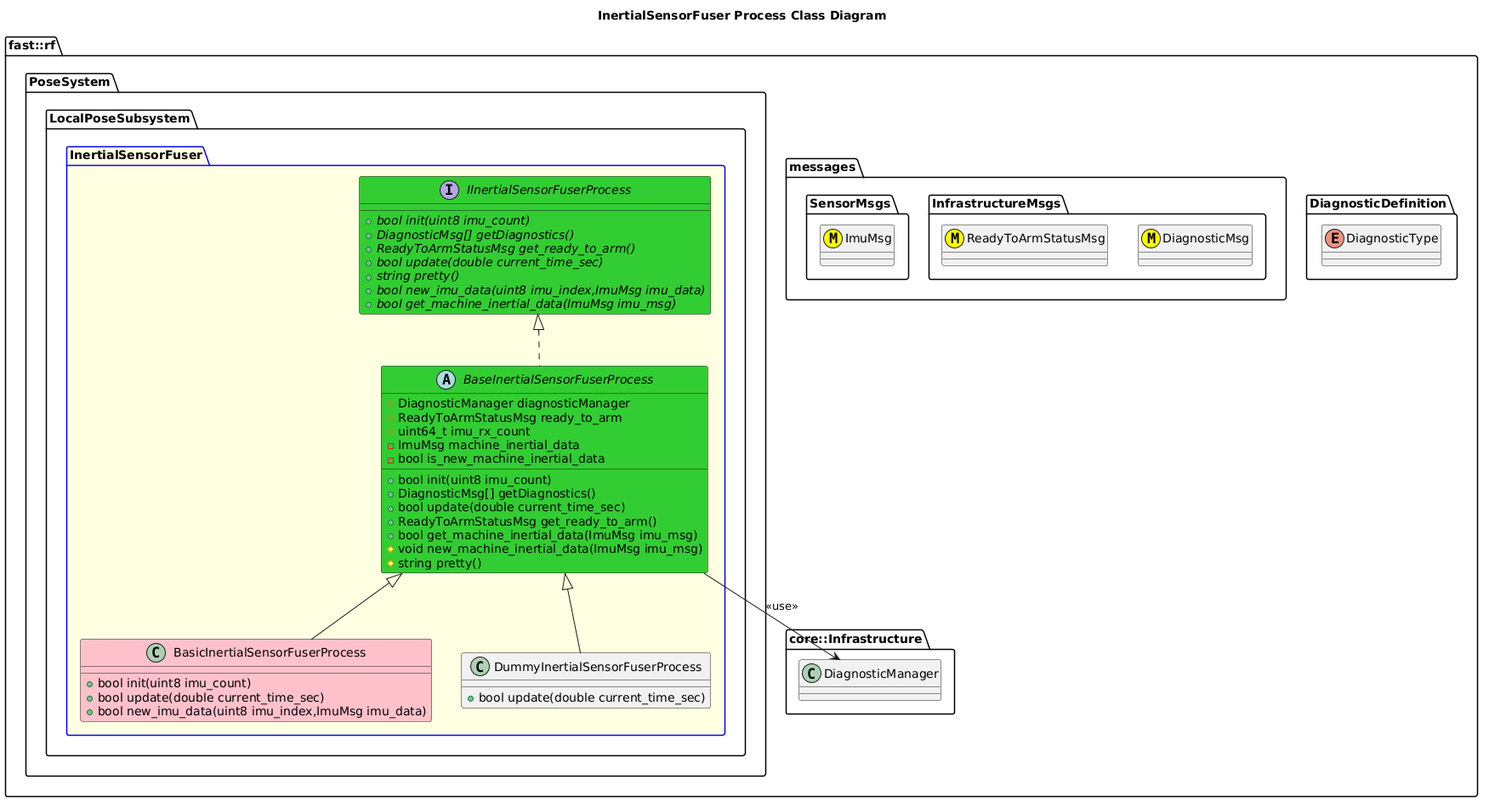
Before: Systems/Pose/Subsystems/LocalPose/Processes/InertialSensorFuser/doc/puml/InertialSensorFuserProcessClassDiagram.png, a diagram exported from PlantUML (fastrobotics/robot_framework). The source it was exported from:
```plantuml
@startuml
title InertialSensorFuser Process Class Diagram

namespace fast::rf {
  namespace DiagnosticDefinition {
    enum DiagnosticType
  }
  namespace messages {
    namespace InfrastructureMsgs {
      class DiagnosticMsg <<(M,#FFFF00)>>
      class ReadyToArmStatusMsg <<(M,#FFFF00)>>
    }
    namespace SensorMsgs {
      class ImuMsg <<(M,#FFFF00)>>
    }
  }
  namespace core::Infrastructure {
    class DiagnosticManager
  }
  namespace PoseSystem {
    namespace LocalPoseSubsystem {
      package InertialSensorFuser #LightYellow;line:blue {
        interface IInertialSensorFuserProcess #LimeGreen {
          +{abstract} bool init(uint8 imu_count)
          +{abstract} DiagnosticMsg[] getDiagnostics()
          +{abstract} ReadyToArmStatusMsg get_ready_to_arm()
          +{abstract} bool update(double current_time_sec)
          +{abstract} string pretty()
          +{abstract} bool new_imu_data(uint8 imu_index,ImuMsg imu_data)
          +{abstract} bool get_machine_inertial_data(ImuMsg imu_msg)
        }
        abstract BaseInertialSensorFuserProcess #LimeGreen {
          +bool init(uint8 imu_count)
          +DiagnosticMsg[] getDiagnostics()
          +bool update(double current_time_sec)
          +ReadyToArmStatusMsg get_ready_to_arm()
          +bool get_machine_inertial_data(ImuMsg imu_msg)
          #void new_machine_inertial_data(ImuMsg imu_msg)
          #string pretty()
          #DiagnosticManager diagnosticManager
          #ReadyToArmStatusMsg ready_to_arm
          #uint64_t imu_rx_count
          -ImuMsg machine_inertial_data
          -bool is_new_machine_inertial_data


        }
        BaseInertialSensorFuserProcess .up.|> IInertialSensorFuserProcess
        BaseInertialSensorFuserProcess --> DiagnosticManager: <<use>>
        class BasicInertialSensorFuserProcess #Pink {
          +bool init(uint8 imu_count)
          +bool update(double current_time_sec)
          +bool new_imu_data(uint8 imu_index,ImuMsg imu_data)
        }
        BasicInertialSensorFuserProcess -up-|> BaseInertialSensorFuserProcess
        class DummyInertialSensorFuserProcess  {
          +bool update(double current_time_sec)
        }
        DummyInertialSensorFuserProcess -up-|> BaseInertialSensorFuserProcess
      }
    }
  }
}
@enduml
```
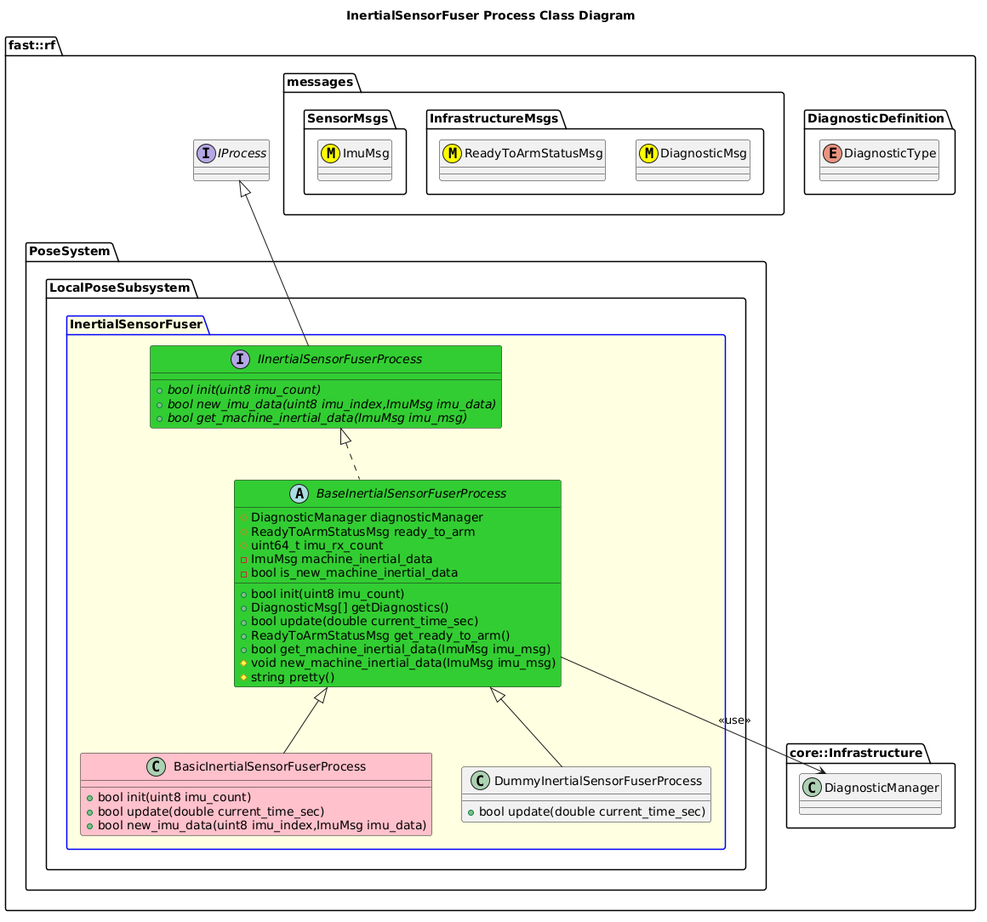
After the change.

Change to the diagram source:
```diff
@@ -2,6 +2,7 @@
 title InertialSensorFuser Process Class Diagram
 
 namespace fast::rf {
+  interface IProcess
   namespace DiagnosticDefinition {
     enum DiagnosticType
   }
@@ -22,13 +23,10 @@
       package InertialSensorFuser #LightYellow;line:blue {
         interface IInertialSensorFuserProcess #LimeGreen {
           +{abstract} bool init(uint8 imu_count)
-          +{abstract} DiagnosticMsg[] getDiagnostics()
-          +{abstract} ReadyToArmStatusMsg get_ready_to_arm()
-          +{abstract} bool update(double current_time_sec)
-          +{abstract} string pretty()
           +{abstract} bool new_imu_data(uint8 imu_index,ImuMsg imu_data)
           +{abstract} bool get_machine_inertial_data(ImuMsg imu_msg)
         }
+        IInertialSensorFuserProcess -up-|> IProcess
         abstract BaseInertialSensorFuserProcess #LimeGreen {
           +bool init(uint8 imu_count)
           +DiagnosticMsg[] getDiagnostics()
```
